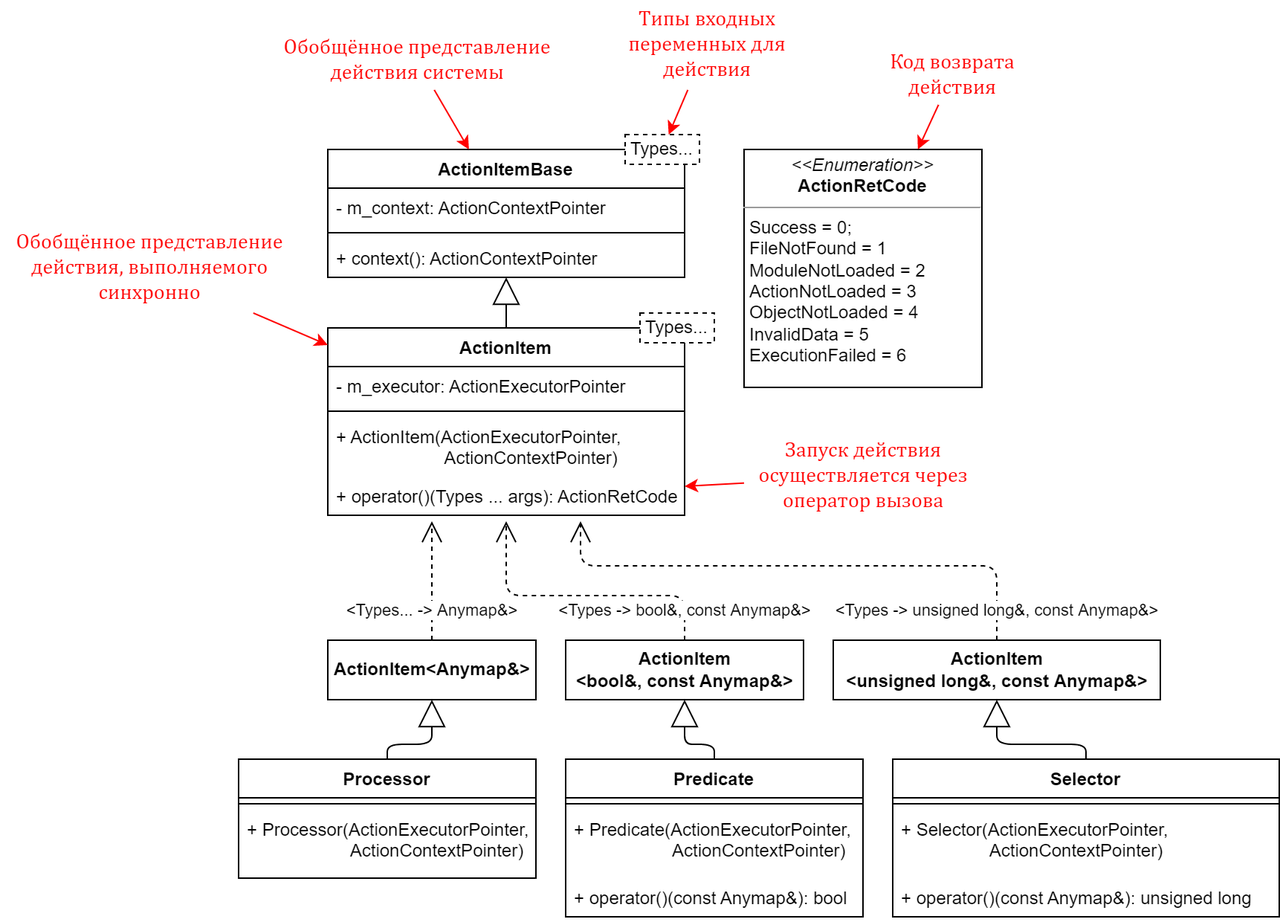
ITesserakt/Kodept keeps this draw.io diagram as 04 - ВКРы/2021-2022 - Разработка компонентов comsdk/02 - Доклад/02 - Презентация/images/UML.graphFunctions.png. Above is the earlier version. Source tidied: cells renumbered, new cells last; positions are measured from the earlier drawing's top-left corner, leaving out a move shared by most shapes.
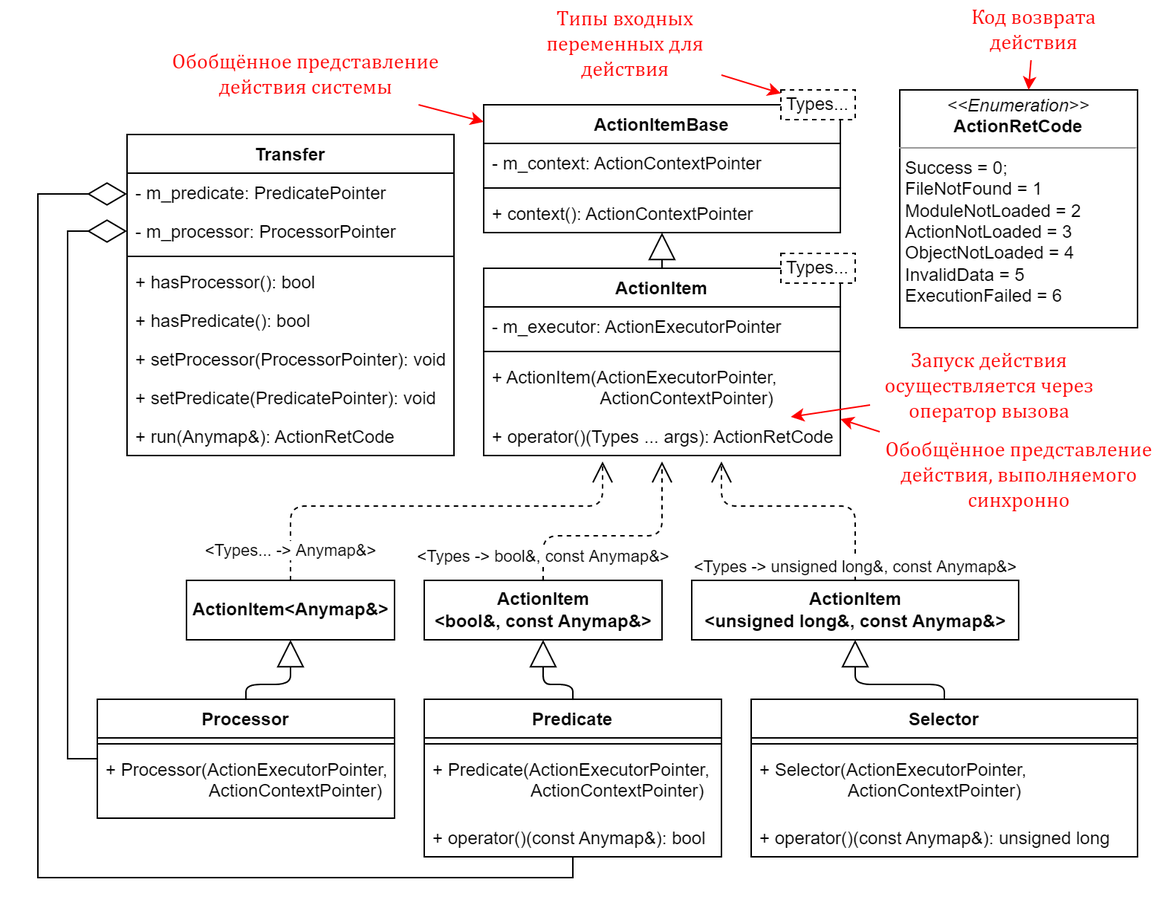
Above is the later version.

Change to the diagram source:
```diff
@@ -3,7 +3,7 @@
     <mxCell id="0" />
     <mxCell id="1" parent="0" />
     <mxCell id="2" value="ActionItemBase" style="swimlane;fontStyle=1;align=center;verticalAlign=top;horizontal=1;startSize=26;" parent="1" vertex="1">
-      <mxGeometry x="220" y="100" width="240" height="86" as="geometry" />
+      <mxGeometry x="420" y="110" width="240" height="86" as="geometry" />
     </mxCell>
     <mxCell id="3" value="- m_context: ActionContextPointer" style="text;strokeColor=none;fillColor=none;align=left;verticalAlign=top;spacingLeft=4;spacingRight=4;overflow=hidden;" parent="2" vertex="1">
       <mxGeometry y="26" width="240" height="26" as="geometry" />
@@ -15,16 +15,16 @@
       <mxGeometry y="60" width="240" height="26" as="geometry" />
     </mxCell>
     <mxCell id="6" value="Types..." style="rounded=0;whiteSpace=wrap;html=1;dashed=1;" parent="1" vertex="1">
-      <mxGeometry x="420" y="90" width="50" height="20" as="geometry" />
+      <mxGeometry x="620" y="100" width="50" height="20" as="geometry" />
     </mxCell>
     <mxCell id="7" value="&lt;p style=&quot;margin: 0px ; margin-top: 4px ; text-align: center&quot;&gt;&lt;i&gt;&amp;lt;&amp;lt;Enumeration&amp;gt;&amp;gt;&lt;/i&gt;&lt;br&gt;&lt;b&gt;ActionRetCode&lt;/b&gt;&lt;/p&gt;&lt;hr size=&quot;1&quot;&gt;&lt;p style=&quot;margin: 0px ; margin-left: 4px&quot;&gt;Success = 0;&lt;/p&gt;&lt;p style=&quot;margin: 0px ; margin-left: 4px&quot;&gt;FileNotFound = 1&lt;/p&gt;&lt;p style=&quot;margin: 0px ; margin-left: 4px&quot;&gt;ModuleNotLoaded = 2&lt;/p&gt;&lt;p style=&quot;margin: 0px ; margin-left: 4px&quot;&gt;ActionNotLoaded = 3&lt;/p&gt;&lt;p style=&quot;margin: 0px ; margin-left: 4px&quot;&gt;ObjectNotLoaded = 4&lt;/p&gt;&lt;p style=&quot;margin: 0px ; margin-left: 4px&quot;&gt;InvalidData = 5&lt;/p&gt;&lt;p style=&quot;margin: 0px ; margin-left: 4px&quot;&gt;ExecutionFailed = 6&lt;/p&gt;" style="verticalAlign=top;align=left;overflow=fill;fontSize=12;fontFamily=Helvetica;html=1;" parent="1" vertex="1">
-      <mxGeometry x="500" y="100" width="160" height="160" as="geometry" />
+      <mxGeometry x="700" y="100" width="160" height="160" as="geometry" />
     </mxCell>
     <mxCell id="8" style="endArrow=block;endSize=16;endFill=0;html=1;" parent="1" edge="1" source="9" target="2">
       <mxGeometry relative="1" as="geometry" />
     </mxCell>
     <mxCell id="9" value="ActionItem" style="swimlane;fontStyle=1;align=center;verticalAlign=top;horizontal=1;startSize=26;" parent="1" vertex="1">
-      <mxGeometry x="220" y="220" width="240" height="126" as="geometry" />
+      <mxGeometry x="420" y="220" width="240" height="126" as="geometry" />
     </mxCell>
     <mxCell id="10" value="- m_executor: ActionExecutorPointer" style="text;strokeColor=none;fillColor=none;align=left;verticalAlign=top;spacingLeft=4;spacingRight=4;overflow=hidden;" parent="9" vertex="1">
       <mxGeometry y="26" width="240" height="26" as="geometry" />
@@ -39,14 +39,18 @@
       <mxGeometry y="100" width="240" height="26" as="geometry" />
     </mxCell>
     <mxCell id="14" value="Types..." style="rounded=0;whiteSpace=wrap;html=1;dashed=1;" parent="1" vertex="1">
-      <mxGeometry x="430" y="210" width="50" height="20" as="geometry" />
+      <mxGeometry x="620" y="210" width="50" height="20" as="geometry" />
     </mxCell>
     <mxCell id="15" value="&lt;b&gt;ActionItem&lt;br&gt;&amp;lt;bool&amp;amp;, const Anymap&amp;amp;&amp;gt;&lt;/b&gt;" style="html=1;" parent="1" vertex="1">
       <mxGeometry x="380" y="430" width="160" height="40" as="geometry" />
     </mxCell>
     <mxCell id="16" value="&amp;lt;Types... -&amp;gt; Anymap&amp;amp;&amp;gt;" style="endArrow=open;endSize=12;dashed=1;html=1;exitX=0.5;exitY=0;exitDx=0;exitDy=0;" parent="1" edge="1" source="18">
-      <mxGeometry x="-0.5" relative="1" as="geometry">
-        <mxPoint x="290" y="350" as="targetPoint" />
+      <mxGeometry x="-0.86" relative="1" as="geometry">
+        <mxPoint x="500" y="350" as="targetPoint" />
+        <Array as="points">
+          <mxPoint x="290" y="380" />
+          <mxPoint x="500" y="380" />
+        </Array>
       </mxGeometry>
     </mxCell>
     <mxCell id="17" value="&lt;b&gt;ActionItem&lt;br&gt;&amp;lt;unsigned long&amp;amp;, const Anymap&amp;amp;&amp;gt;&lt;/b&gt;" style="html=1;" parent="1" vertex="1">
@@ -57,19 +61,19 @@
     </mxCell>
     <mxCell id="19" value="&amp;lt;Types -&amp;gt; bool&amp;amp;, const Anymap&amp;amp;&amp;gt;" style="endArrow=open;endSize=12;dashed=1;html=1;exitX=0.5;exitY=0;exitDx=0;exitDy=0;" parent="1" edge="1" source="15">
       <mxGeometry x="-0.8" relative="1" as="geometry">
-        <mxPoint x="340" y="350" as="targetPoint" />
+        <mxPoint x="540" y="350" as="targetPoint" />
         <Array as="points">
           <mxPoint x="460" y="400" />
-          <mxPoint x="340" y="400" />
+          <mxPoint x="540" y="400" />
         </Array>
       </mxGeometry>
     </mxCell>
     <mxCell id="20" value="&amp;lt;Types -&amp;gt; unsigned long&amp;amp;, const Anymap&amp;amp;&amp;gt;" style="endArrow=open;endSize=12;dashed=1;html=1;exitX=0.5;exitY=0;exitDx=0;exitDy=0;" parent="1" edge="1" source="17">
       <mxGeometry x="-0.89" relative="1" as="geometry">
-        <mxPoint x="390" y="350" as="targetPoint" />
+        <mxPoint x="580" y="350" as="targetPoint" />
         <Array as="points">
           <mxPoint x="670" y="380" />
-          <mxPoint x="390" y="380" />
+          <mxPoint x="580" y="380" />
         </Array>
       </mxGeometry>
     </mxCell>
@@ -77,16 +81,16 @@
       <mxGeometry relative="1" as="geometry" />
     </mxCell>
     <mxCell id="22" value="&lt;font face=&quot;Cambria Math&quot; color=&quot;#ff0000&quot;&gt;&lt;span style=&quot;font-size: 14px;&quot;&gt;Обобщённое представление&lt;br&gt;действия системы&lt;br&gt;&lt;/span&gt;&lt;/font&gt;" style="text;html=1;align=center;verticalAlign=middle;points=[];strokeColor=none;fillColor=none;" parent="1" vertex="1">
-      <mxGeometry x="180" y="20" width="200" height="40" as="geometry" />
+      <mxGeometry x="200" y="70" width="200" height="40" as="geometry" />
     </mxCell>
     <mxCell id="23" style="endArrow=classic;html=1;rounded=0;fontFamily=Cambria Math;fontSize=14;fontColor=#FF0000;strokeColor=#FF0000;" parent="1" edge="1" source="24" target="6">
       <mxGeometry relative="1" as="geometry" />
     </mxCell>
     <mxCell id="24" value="Типы входных&lt;br&gt;переменных для&lt;br&gt;действия" style="text;html=1;align=center;verticalAlign=middle;points=[];strokeColor=none;fillColor=none;fontSize=14;fontFamily=Cambria Math;fontColor=#FF0000;" parent="1" vertex="1">
-      <mxGeometry x="410" width="130" height="60" as="geometry" />
+      <mxGeometry x="450" y="40" width="130" height="60" as="geometry" />
     </mxCell>
     <mxCell id="25" value="Обобщённое представление&lt;br&gt;действия, выполняемого&lt;br&gt;синхронно" style="text;html=1;align=center;verticalAlign=middle;points=[];strokeColor=none;fillColor=none;fontSize=14;fontFamily=Cambria Math;fontColor=#FF0000;" parent="1" vertex="1">
-      <mxGeometry y="150" width="200" height="60" as="geometry" />
+      <mxGeometry x="680" y="330" width="200" height="60" as="geometry" />
     </mxCell>
     <mxCell id="26" style="endArrow=classic;html=1;rounded=0;fontFamily=Cambria Math;fontSize=14;fontColor=#FF0000;strokeColor=#FF0000;" parent="1" edge="1" source="25" target="9">
       <mxGeometry relative="1" as="geometry" />
@@ -95,7 +99,7 @@
       <mxGeometry relative="1" as="geometry" />
     </mxCell>
     <mxCell id="28" value="Код возврата&lt;br&gt;действия" style="text;html=1;align=center;verticalAlign=middle;points=[];strokeColor=none;fillColor=none;fontSize=14;fontFamily=Cambria Math;fontColor=#FF0000;" parent="1" vertex="1">
-      <mxGeometry x="590" y="30" width="100" height="40" as="geometry" />
+      <mxGeometry x="740" y="40" width="100" height="40" as="geometry" />
     </mxCell>
     <mxCell id="29" value="Processor" style="swimlane;fontStyle=1;align=center;verticalAlign=top;horizontal=1;startSize=26;" parent="1" vertex="1">
       <mxGeometry x="160" y="510" width="200" height="80" as="geometry" />
@@ -134,7 +138,7 @@
       <mxGeometry relative="1" as="geometry" />
     </mxCell>
     <mxCell id="41" value="Запуск действия&lt;br&gt;осуществляется через&lt;br&gt;оператор вызова" style="text;html=1;align=center;verticalAlign=middle;points=[];strokeColor=none;fillColor=none;fontSize=14;fontFamily=Cambria Math;fontColor=#FF0000;" parent="1" vertex="1">
-      <mxGeometry x="500" y="290" width="160" height="60" as="geometry" />
+      <mxGeometry x="680" y="270" width="160" height="60" as="geometry" />
     </mxCell>
     <mxCell id="42" style="endArrow=block;endSize=16;endFill=0;html=1;rounded=1;fontFamily=Cambria Math;fontSize=14;fontColor=#000000;strokeColor=#000000;edgeStyle=orthogonalEdgeStyle;" parent="1" edge="1" source="29" target="18">
       <mxGeometry relative="1" as="geometry">
@@ -160,5 +164,49 @@
         </Array>
       </mxGeometry>
     </mxCell>
+    <mxCell id="45" value="Transfer" style="swimlane;fontStyle=1;align=center;verticalAlign=top;horizontal=1;startSize=26;" parent="1" vertex="1">
+      <mxGeometry x="180" y="130" width="220" height="216" as="geometry" />
+    </mxCell>
+    <mxCell id="46" value="- m_predicate: PredicatePointer" style="text;strokeColor=none;fillColor=none;align=left;verticalAlign=top;spacingLeft=4;spacingRight=4;overflow=hidden;points=[[0,0.5],[1,0.5]];portConstraint=eastwest;" parent="45" vertex="1">
+      <mxGeometry y="26" width="220" height="26" as="geometry" />
+    </mxCell>
+    <mxCell id="47" value="- m_processor: ProcessorPointer" style="text;strokeColor=none;fillColor=none;align=left;verticalAlign=top;spacingLeft=4;spacingRight=4;overflow=hidden;points=[[0,0.5],[1,0.5]];portConstraint=eastwest;" parent="45" vertex="1">
+      <mxGeometry y="52" width="220" height="26" as="geometry" />
+    </mxCell>
+    <mxCell id="48" style="line;strokeWidth=1;fillColor=none;align=left;verticalAlign=middle;spacingTop=-1;spacingLeft=3;spacingRight=3;labelPosition=right;" parent="45" vertex="1">
+      <mxGeometry y="78" width="220" height="8" as="geometry" />
+    </mxCell>
+    <mxCell id="49" value="+ hasProcessor(): bool" style="text;strokeColor=none;fillColor=none;align=left;verticalAlign=top;spacingLeft=4;spacingRight=4;overflow=hidden;" parent="45" vertex="1">
+      <mxGeometry y="86" width="220" height="26" as="geometry" />
+    </mxCell>
+    <mxCell id="50" value="+ hasPredicate(): bool" style="text;strokeColor=none;fillColor=none;align=left;verticalAlign=top;spacingLeft=4;spacingRight=4;overflow=hidden;" parent="45" vertex="1">
+      <mxGeometry y="112" width="220" height="26" as="geometry" />
+    </mxCell>
+    <mxCell id="51" value="+ setProcessor(ProcessorPointer): void" style="text;strokeColor=none;fillColor=none;align=left;verticalAlign=top;spacingLeft=4;spacingRight=4;overflow=hidden;" parent="45" vertex="1">
+      <mxGeometry y="138" width="220" height="26" as="geometry" />
+    </mxCell>
+    <mxCell id="52" value="+ setPredicate(PredicatePointer): void" style="text;strokeColor=none;fillColor=none;align=left;verticalAlign=top;spacingLeft=4;spacingRight=4;overflow=hidden;" parent="45" vertex="1">
+      <mxGeometry y="164" width="220" height="26" as="geometry" />
+    </mxCell>
+    <mxCell id="53" value="+ run(Anymap&amp;): ActionRetCode" style="text;strokeColor=none;fillColor=none;align=left;verticalAlign=top;spacingLeft=4;spacingRight=4;overflow=hidden;" parent="45" vertex="1">
+      <mxGeometry y="190" width="220" height="26" as="geometry" />
+    </mxCell>
+    <mxCell id="54" style="endArrow=diamondThin;endFill=0;endSize=24;html=1;rounded=0;edgeStyle=orthogonalEdgeStyle;" parent="1" edge="1" source="29" target="47">
+      <mxGeometry relative="1" as="geometry">
+        <Array as="points">
+          <mxPoint x="140" y="550" />
+          <mxPoint x="140" y="195" />
+        </Array>
+      </mxGeometry>
+    </mxCell>
+    <mxCell id="55" style="endArrow=diamondThin;endFill=0;endSize=24;html=1;rounded=0;edgeStyle=orthogonalEdgeStyle;" parent="1" edge="1" source="32" target="46">
+      <mxGeometry relative="1" as="geometry">
+        <Array as="points">
+          <mxPoint x="480" y="630" />
+          <mxPoint x="120" y="630" />
+          <mxPoint x="120" y="170" />
+        </Array>
+      </mxGeometry>
+    </mxCell>
   </root>
 </mxGraphModel>
```
